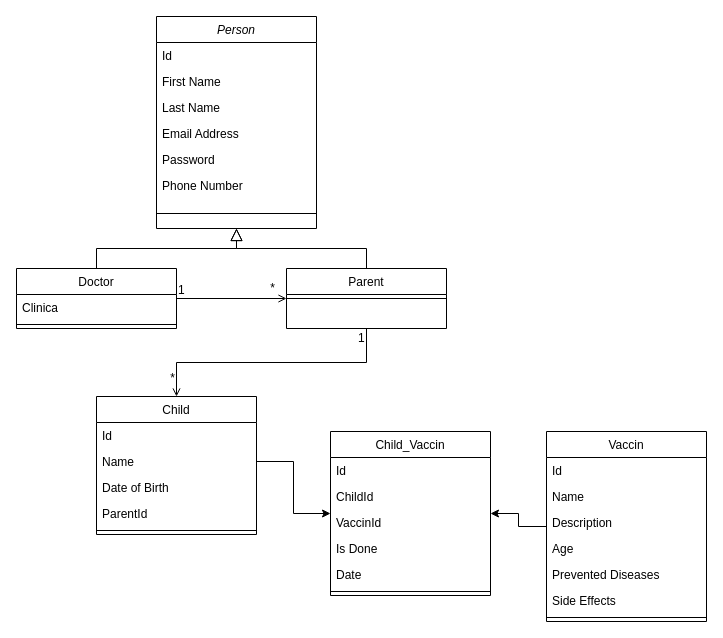
The draw.io diagram Backend/db_diagram.drawio in Ionut-Frisan/medhack, before the edit. Source tidied: cells renumbered, new cells numbered last; positions are measured from the earlier drawing's top-left corner, leaving out a move shared by most shapes. Both pictures are drawn from the tidied source at 100%, with x=0, y=0 at pixel (16, 16).
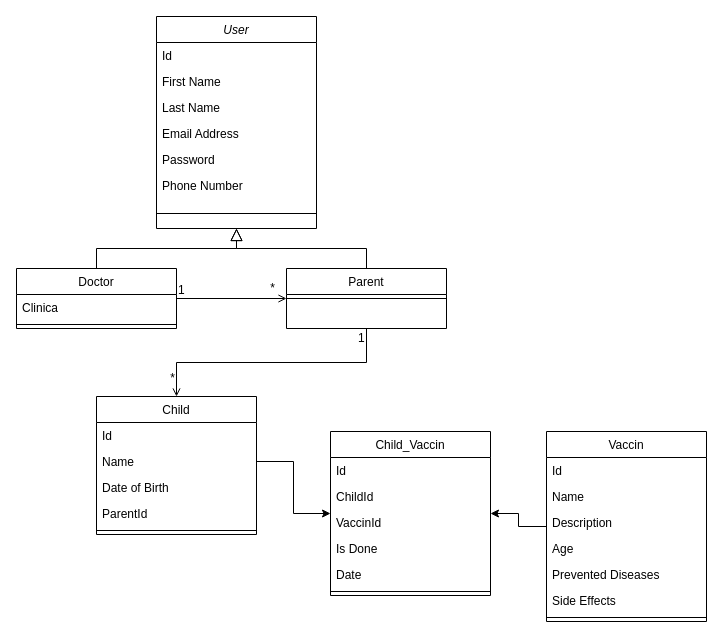
Above is the later version.

The edit, as a diff of the source:
```diff
@@
-    <mxCell id="2" value="Person" style="swimlane;fontStyle=2;align=center;verticalAlign=top;horizontal=1;startSize=26;rounded=0;shadow=0;strokeWidth=1;" parent="1" vertex="1">
+    <mxCell id="2" value="User" style="swimlane;fontStyle=2;align=center;verticalAlign=top;horizontal=1;startSize=26;rounded=0;shadow=0;strokeWidth=1;" parent="1" vertex="1">
       <mxGeometry x="140" width="160" height="212" as="geometry" />
     </mxCell>
```
